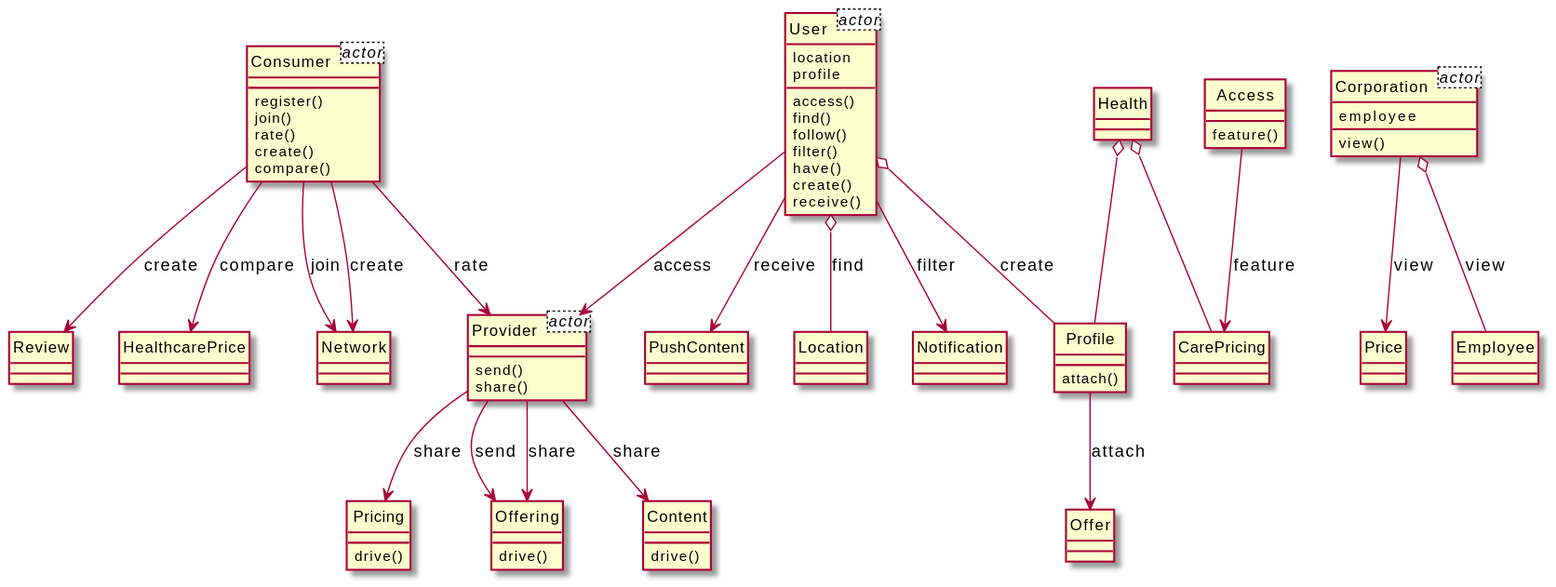
The PlantUML diagram output/diagram_5/2014-USC-Project12.svg in xixixhalu/DomainModelExtractor, before a commit.
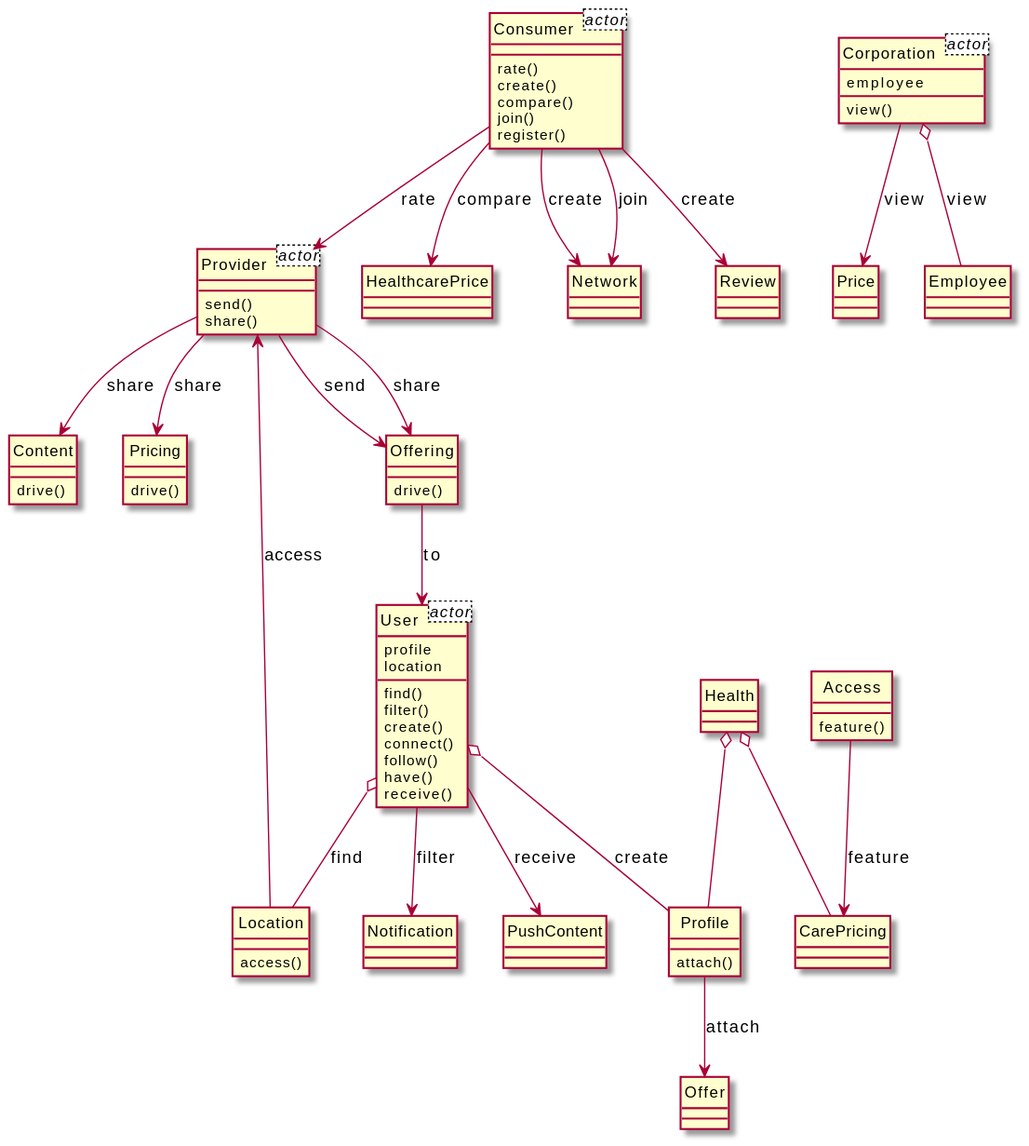
After the commit.

Change to the diagram source:
```diff
@@ -8,87 +8,89 @@
 class Provider<actor> {
 }
 class User<actor> {
+	profile
 	location
-	profile
 }
 class Health {
-}
-class CarePricing {
 }
 class Profile {
 	attach()
 }
-class Provider {
-	send()
-	share()
+class CarePricing {
 }
-class Offering {
+class User {
+	find()
+	filter()
+	create()
+	connect()
+	follow()
+	have()
+	receive()
+}
+class Content {
 	drive()
 }
-class User {
-	access()
-	find()
-	follow()
-	filter()
-	have()
-	create()
-	receive()
-}
-class Notification {
-}
 class Consumer {
-	register()
-	join()
 	rate()
 	create()
 	compare()
+	join()
+	register()
 }
-class Network {
-}
-class Offer {
-}
-class Review {
+class HealthcarePrice {
 }
 class Corporation {
 	view()
 }
 class Price {
 }
+class Location {
+	access()
+}
 class Access {
 	feature()
 }
-class Employee {
-}
-class PushContent {
-}
-class Location {
+class Provider {
+	send()
+	share()
 }
 class Pricing {
 	drive()
 }
-class HealthcarePrice {
+class Network {
 }
-class Content {
+class Offering {
 	drive()
 }
+class Review {
+}
+class Notification {
+}
+class PushContent {
+}
+class Offer {
+}
+class Employee {
+}
+Provider --> Offering : share
+Offering --> User : to
+User o-- Profile : create
+Profile --> Offer : attach
+User o-- Location : find
+Access --> CarePricing : feature
+Corporation o-- Employee : view
+Health o-- CarePricing
 Health o-- Profile
-Profile --> Offer : attach
-Provider --> Offering : share
-Consumer --> HealthcarePrice : compare
+Provider --> Pricing : share
+Consumer --> Provider : rate
+Location --> Provider : access
+Consumer --> Network : join
+Provider --> Offering : send
+Corporation --> Price : view
 Consumer --> Review : create
+Consumer --> Network : create
 Provider --> Content : share
 User --> Notification : filter
-Health o-- CarePricing
-Provider --> Offering : send
-Provider --> Pricing : share
-Corporation --> Price : view
-Consumer --> Provider : rate
-Access --> CarePricing : feature
-Corporation o-- Employee : view
-User o-- Profile : create
 User --> PushContent : receive
-Consumer --> Network : join
-User o-- Location : find
-Consumer --> Network : create
-User --> Provider : access
+Consumer --> HealthcarePrice : compare
 @enduml
```
